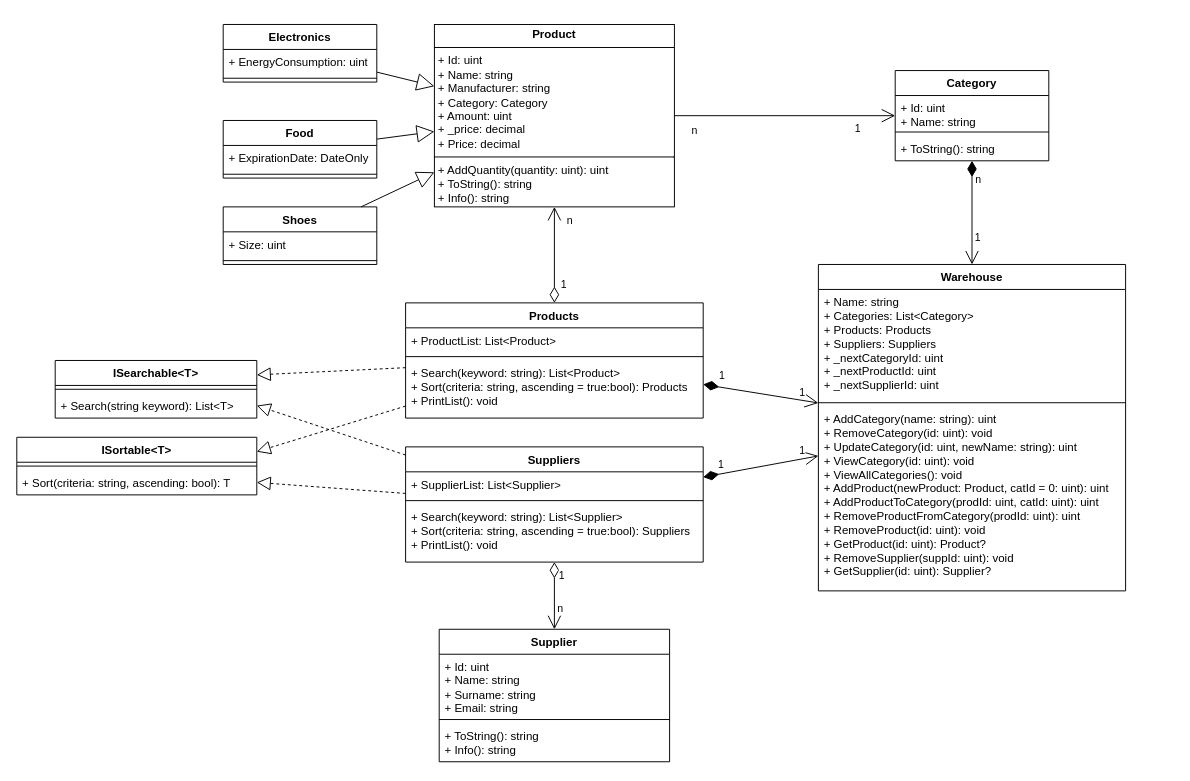
NIKON-942/lab8 keeps this draw.io diagram as lab8.drawio. Above is the earlier version. Source tidied: cells renumbered, new cells numbered last; positions are measured from the earlier drawing's top-left corner, leaving out a move shared by most shapes. Both pictures are drawn from the tidied source at 96%, with x=0, y=0 at pixel (16, 24).
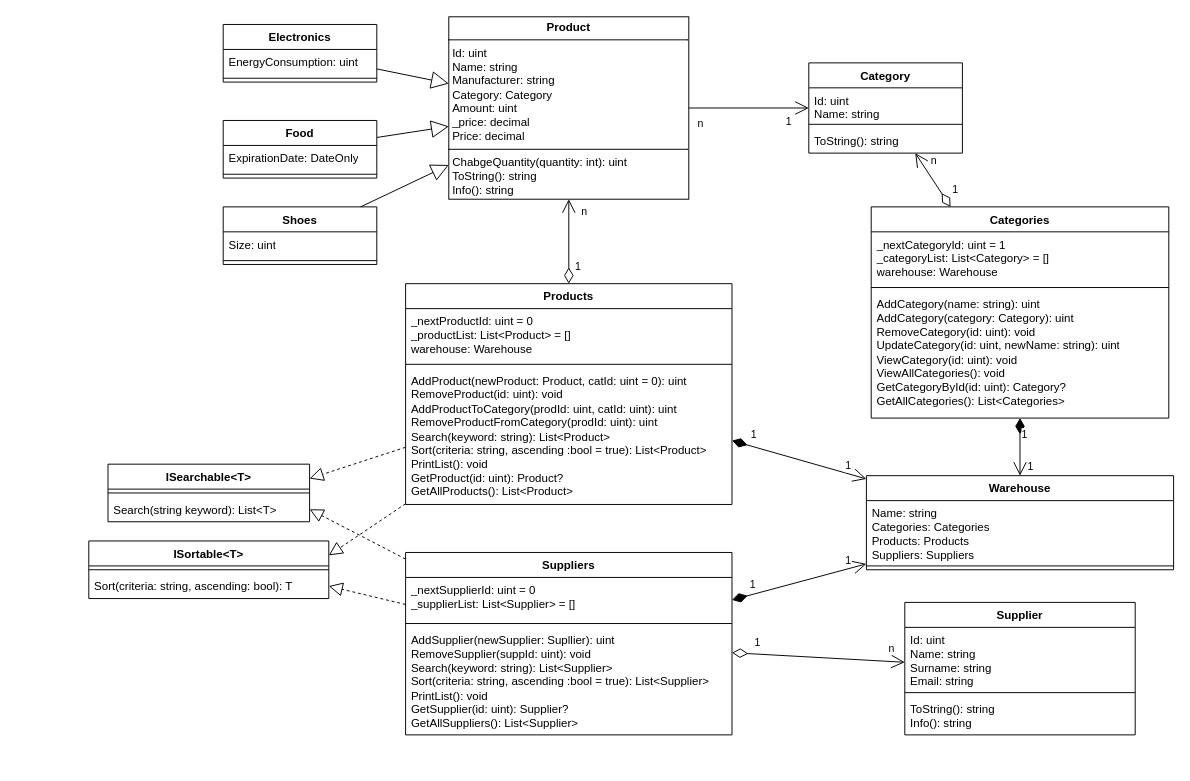
After the change.

Unchanged cells that the change refers to:
```xml
<mxCell id="3" value="Electronics" style="swimlane;fontStyle=1;align=center;verticalAlign=top;horizontal=1;startSize=26;whiteSpace=wrap;html=1;" parent="1" vertex="1">
  <mxGeometry x="215" width="160" height="60" as="geometry" />
</mxCell>
<mxCell id="6" value="Food" style="swimlane;fontStyle=1;align=center;verticalAlign=top;horizontal=1;startSize=26;whiteSpace=wrap;html=1;" parent="1" vertex="1">
  <mxGeometry x="215" y="100" width="160" height="60" as="geometry" />
</mxCell>
<mxCell id="9" value="Shoes" style="swimlane;fontStyle=1;align=center;verticalAlign=top;horizontal=1;startSize=26;whiteSpace=wrap;html=1;" parent="1" vertex="1">
  <mxGeometry x="215" y="190" width="160" height="60" as="geometry" />
</mxCell>
```

Diff of the diagram source:
```diff
@@
-    <mxCell id="2" value="&lt;p style=&quot;margin:0px;margin-top:4px;text-align:center;&quot;&gt;&lt;b&gt;Product&lt;/b&gt;&lt;/p&gt;&lt;hr size=&quot;1&quot; style=&quot;border-style:solid;&quot;&gt;&lt;p style=&quot;margin:0px;margin-left:4px;&quot;&gt;+ Id: uint&lt;/p&gt;&lt;p style=&quot;margin:0px;margin-left:4px;&quot;&gt;+ Name: string&lt;/p&gt;&lt;p style=&quot;margin:0px;margin-left:4px;&quot;&gt;+ Manufacturer: string&lt;/p&gt;&lt;p style=&quot;margin:0px;margin-left:4px;&quot;&gt;+ Category: Category&lt;br&gt;+ Amount: uint&lt;/p&gt;&lt;p style=&quot;margin:0px;margin-left:4px;&quot;&gt;+ _price: decimal&lt;/p&gt;&lt;p style=&quot;margin:0px;margin-left:4px;&quot;&gt;+ Price: decimal&lt;/p&gt;&lt;hr size=&quot;1&quot; style=&quot;border-style:solid;&quot;&gt;&lt;p style=&quot;margin:0px;margin-left:4px;&quot;&gt;+ AddQuantity(quantity: uint): uint&lt;/p&gt;&lt;p style=&quot;margin:0px;margin-left:4px;&quot;&gt;+ ToString(): string&lt;/p&gt;&lt;p style=&quot;margin:0px;margin-left:4px;&quot;&gt;+ Info(): string&lt;/p&gt;" style="verticalAlign=top;align=left;overflow=fill;html=1;whiteSpace=wrap;" parent="1" vertex="1">
-      <mxGeometry x="435" width="250" height="190" as="geometry" />
+    <mxCell id="2" value="&lt;p style=&quot;margin:0px;margin-top:4px;text-align:center;&quot;&gt;&lt;b&gt;Product&lt;/b&gt;&lt;/p&gt;&lt;hr size=&quot;1&quot; style=&quot;border-style:solid;&quot;&gt;&lt;p style=&quot;margin:0px;margin-left:4px;&quot;&gt;Id: uint&lt;/p&gt;&lt;p style=&quot;margin:0px;margin-left:4px;&quot;&gt;Name: string&lt;/p&gt;&lt;p style=&quot;margin:0px;margin-left:4px;&quot;&gt;Manufacturer: string&lt;/p&gt;&lt;p style=&quot;margin:0px;margin-left:4px;&quot;&gt;Category: Category&lt;br&gt;Amount: uint&lt;/p&gt;&lt;p style=&quot;margin:0px;margin-left:4px;&quot;&gt;_price: decimal&lt;/p&gt;&lt;p style=&quot;margin:0px;margin-left:4px;&quot;&gt;Price: decimal&lt;/p&gt;&lt;hr size=&quot;1&quot; style=&quot;border-style:solid;&quot;&gt;&lt;p style=&quot;margin:0px;margin-left:4px;&quot;&gt;ChabgeQuantity(quantity: int): uint&lt;/p&gt;&lt;p style=&quot;margin:0px;margin-left:4px;&quot;&gt;ToString(): string&lt;/p&gt;&lt;p style=&quot;margin:0px;margin-left:4px;&quot;&gt;Info(): string&lt;/p&gt;" style="verticalAlign=top;align=left;overflow=fill;html=1;whiteSpace=wrap;" parent="1" vertex="1">
+      <mxGeometry x="450" y="-8" width="250" height="190" as="geometry" />
     </mxCell>
@@
-    <mxCell id="4" value="+ EnergyConsumption: uint" style="text;strokeColor=none;fillColor=none;align=left;verticalAlign=top;spacingLeft=4;spacingRight=4;overflow=hidden;whiteSpace=wrap;html=1;" parent="3" vertex="1">
+    <mxCell id="4" value="EnergyConsumption: uint" style="text;strokeColor=none;fillColor=none;align=left;verticalAlign=top;spacingLeft=4;spacingRight=4;overflow=hidden;whiteSpace=wrap;html=1;" parent="3" vertex="1">
       <mxGeometry y="26" width="160" height="26" as="geometry" />
     </mxCell>
@@
-    <mxCell id="7" value="+ ExpirationDate: DateOnly" style="text;strokeColor=none;fillColor=none;align=left;verticalAlign=top;spacingLeft=4;spacingRight=4;overflow=hidden;whiteSpace=wrap;html=1;" parent="6" vertex="1">
+    <mxCell id="7" value="ExpirationDate: DateOnly" style="text;strokeColor=none;fillColor=none;align=left;verticalAlign=top;spacingLeft=4;spacingRight=4;overflow=hidden;whiteSpace=wrap;html=1;" parent="6" vertex="1">
       <mxGeometry y="26" width="160" height="26" as="geometry" />
     </mxCell>
@@
-    <mxCell id="10" value="+ Size: uint" style="text;strokeColor=none;fillColor=none;align=left;verticalAlign=top;spacingLeft=4;spacingRight=4;overflow=hidden;whiteSpace=wrap;html=1;" parent="9" vertex="1">
+    <mxCell id="10" value="Size: uint" style="text;strokeColor=none;fillColor=none;align=left;verticalAlign=top;spacingLeft=4;spacingRight=4;overflow=hidden;whiteSpace=wrap;html=1;" parent="9" vertex="1">
       <mxGeometry y="26" width="160" height="26" as="geometry" />
     </mxCell>
@@
     <mxCell id="15" value="Products" style="swimlane;fontStyle=1;align=center;verticalAlign=top;horizontal=1;startSize=26;whiteSpace=wrap;html=1;" parent="1" vertex="1">
-      <mxGeometry x="405" y="290" width="310" height="120" as="geometry" />
+      <mxGeometry x="405" y="270" width="340" height="230" as="geometry" />
     </mxCell>
-    <mxCell id="16" value="+ ProductList: List&amp;lt;Product&amp;gt;" style="text;strokeColor=none;fillColor=none;align=left;verticalAlign=top;spacingLeft=4;spacingRight=4;overflow=hidden;whiteSpace=wrap;html=1;" parent="15" vertex="1">
-      <mxGeometry y="26" width="310" height="26" as="geometry" />
+    <mxCell id="16" value="&lt;div&gt;_nextProductId: uint = 0&lt;/div&gt;_productList: List&amp;lt;Product&amp;gt; = []&lt;div&gt;warehouse: Warehouse&lt;/div&gt;" style="text;strokeColor=none;fillColor=none;align=left;verticalAlign=top;spacingLeft=4;spacingRight=4;overflow=hidden;whiteSpace=wrap;html=1;" parent="15" vertex="1">
+      <mxGeometry y="26" width="340" height="54" as="geometry" />
     </mxCell>
     <mxCell id="17" style="line;strokeWidth=1;fillColor=none;align=left;verticalAlign=middle;spacingTop=-1;spacingLeft=3;spacingRight=3;labelPosition=right;strokeColor=inherit;" parent="15" vertex="1">
-      <mxGeometry y="52" width="310" height="8" as="geometry" />
+      <mxGeometry y="80" width="340" height="8" as="geometry" />
     </mxCell>
-    <mxCell id="18" value="+ Search(keyword: string): List&amp;lt;Product&amp;gt;&lt;div&gt;+ Sort(criteria: string, ascending = true:bool): Products&lt;/div&gt;&lt;div&gt;+ PrintList(): void&lt;/div&gt;" style="text;strokeColor=none;fillColor=none;align=left;verticalAlign=top;spacingLeft=4;spacingRight=4;overflow=hidden;whiteSpace=wrap;html=1;" parent="15" vertex="1">
-      <mxGeometry y="60" width="310" height="60" as="geometry" />
+    <mxCell id="18" value="&lt;div&gt;AddProduct(newProduct: Product, catId: uint = 0): uint&lt;/div&gt;&lt;div&gt;RemoveProduct(id: uint): void&lt;/div&gt;&lt;div&gt;AddProductToCategory(prodId: uint, catId: uint): uint&lt;/div&gt;&lt;div&gt;RemoveProductFromCategory(prodId: uint): uint&lt;/div&gt;Search(keyword: string): List&amp;lt;Product&amp;gt;&lt;div&gt;Sort(criteria: string, ascending :bool = true):&amp;nbsp;&lt;span style=&quot;background-color: transparent; color: light-dark(rgb(0, 0, 0), rgb(255, 255, 255));&quot;&gt;List&amp;lt;Product&amp;gt;&lt;/span&gt;&lt;/div&gt;&lt;div&gt;PrintList(): void&lt;/div&gt;&lt;div&gt;GetProduct(id: uint): Product?&lt;/div&gt;&lt;div&gt;GetAllProducts(): List&amp;lt;Product&amp;gt;&lt;/div&gt;" style="text;strokeColor=none;fillColor=none;align=left;verticalAlign=top;spacingLeft=4;spacingRight=4;overflow=hidden;whiteSpace=wrap;html=1;" parent="15" vertex="1">
+      <mxGeometry y="88" width="340" height="142" as="geometry" />
     </mxCell>
     <mxCell id="19" value="Supplier" style="swimlane;fontStyle=1;align=center;verticalAlign=top;horizontal=1;startSize=26;whiteSpace=wrap;html=1;" parent="1" vertex="1">
-      <mxGeometry x="440" y="630" width="240" height="138" as="geometry" />
+      <mxGeometry x="925" y="602" width="240" height="138" as="geometry" />
     </mxCell>
-    <mxCell id="20" value="+ Id: uint&lt;div&gt;+ Name: string&lt;/div&gt;&lt;div&gt;+ Surname: string&lt;/div&gt;&lt;div&gt;+ Email: string&lt;/div&gt;" style="text;strokeColor=none;fillColor=none;align=left;verticalAlign=top;spacingLeft=4;spacingRight=4;overflow=hidden;whiteSpace=wrap;html=1;" parent="19" vertex="1">
+    <mxCell id="20" value="Id: uint&lt;div&gt;Name: string&lt;/div&gt;&lt;div&gt;Surname: string&lt;/div&gt;&lt;div&gt;Email: string&lt;/div&gt;" style="text;strokeColor=none;fillColor=none;align=left;verticalAlign=top;spacingLeft=4;spacingRight=4;overflow=hidden;whiteSpace=wrap;html=1;" parent="19" vertex="1">
       <mxGeometry y="26" width="240" height="64" as="geometry" />
     </mxCell>
@@
-    <mxCell id="22" value="&lt;div&gt;+ ToString(): string&lt;/div&gt;+ Info(): string" style="text;strokeColor=none;fillColor=none;align=left;verticalAlign=top;spacingLeft=4;spacingRight=4;overflow=hidden;whiteSpace=wrap;html=1;" parent="19" vertex="1">
+    <mxCell id="22" value="&lt;div&gt;ToString(): string&lt;/div&gt;Info(): string" style="text;strokeColor=none;fillColor=none;align=left;verticalAlign=top;spacingLeft=4;spacingRight=4;overflow=hidden;whiteSpace=wrap;html=1;" parent="19" vertex="1">
       <mxGeometry y="98" width="240" height="40" as="geometry" />
     </mxCell>
     <mxCell id="23" value="ISortable&amp;lt;T&amp;gt;" style="swimlane;fontStyle=1;align=center;verticalAlign=top;horizontal=1;startSize=26;whiteSpace=wrap;html=1;" parent="1" vertex="1">
-      <mxGeometry y="430" width="250" height="60" as="geometry" />
+      <mxGeometry x="75" y="538" width="250" height="60" as="geometry" />
     </mxCell>
@@
-    <mxCell id="25" value="+ Sort(criteria: string, ascending: bool): T" style="text;strokeColor=none;fillColor=none;align=left;verticalAlign=top;spacingLeft=4;spacingRight=4;overflow=hidden;points=[[0,0.5],[1,0.5]];portConstraint=eastwest;whiteSpace=wrap;html=1;" parent="23" vertex="1">
+    <mxCell id="25" value="Sort(criteria: string, ascending: bool): T" style="text;strokeColor=none;fillColor=none;align=left;verticalAlign=top;spacingLeft=4;spacingRight=4;overflow=hidden;points=[[0,0.5],[1,0.5]];portConstraint=eastwest;whiteSpace=wrap;html=1;" parent="23" vertex="1">
       <mxGeometry y="34" width="250" height="26" as="geometry" />
     </mxCell>
     <mxCell id="26" value="ISearchable&amp;lt;T&amp;gt;" style="swimlane;fontStyle=1;align=center;verticalAlign=top;horizontal=1;startSize=26;whiteSpace=wrap;html=1;" parent="1" vertex="1">
-      <mxGeometry x="40" y="350" width="210" height="60" as="geometry" />
+      <mxGeometry x="95" y="458" width="210" height="60" as="geometry" />
     </mxCell>
@@
-    <mxCell id="28" value="+ Search(string keyword): List&amp;lt;T&amp;gt;" style="text;strokeColor=none;fillColor=none;align=left;verticalAlign=top;spacingLeft=4;spacingRight=4;overflow=hidden;points=[[0,0.5],[1,0.5]];portConstraint=eastwest;whiteSpace=wrap;html=1;" parent="26" vertex="1">
+    <mxCell id="28" value="Search(string keyword): List&amp;lt;T&amp;gt;" style="text;strokeColor=none;fillColor=none;align=left;verticalAlign=top;spacingLeft=4;spacingRight=4;overflow=hidden;points=[[0,0.5],[1,0.5]];portConstraint=eastwest;whiteSpace=wrap;html=1;" parent="26" vertex="1">
       <mxGeometry y="34" width="210" height="26" as="geometry" />
     </mxCell>
     <mxCell id="29" value="Category" style="swimlane;fontStyle=1;align=center;verticalAlign=top;horizontal=1;startSize=26;whiteSpace=wrap;html=1;" parent="1" vertex="1">
-      <mxGeometry x="915" y="48" width="160" height="94" as="geometry" />
+      <mxGeometry x="825" y="40" width="160" height="94" as="geometry" />
     </mxCell>
-    <mxCell id="30" value="+ Id: uint&lt;div&gt;+ Name: string&lt;/div&gt;" style="text;strokeColor=none;fillColor=none;align=left;verticalAlign=top;spacingLeft=4;spacingRight=4;overflow=hidden;whiteSpace=wrap;html=1;" parent="29" vertex="1">
+    <mxCell id="30" value="Id: uint&lt;div&gt;Name: string&lt;/div&gt;" style="text;strokeColor=none;fillColor=none;align=left;verticalAlign=top;spacingLeft=4;spacingRight=4;overflow=hidden;whiteSpace=wrap;html=1;" parent="29" vertex="1">
       <mxGeometry y="26" width="160" height="34" as="geometry" />
     </mxCell>
@@
-    <mxCell id="32" value="+ ToString(): string" style="text;strokeColor=none;fillColor=none;align=left;verticalAlign=top;spacingLeft=4;spacingRight=4;overflow=hidden;whiteSpace=wrap;html=1;" parent="29" vertex="1">
+    <mxCell id="32" value="ToString(): string" style="text;strokeColor=none;fillColor=none;align=left;verticalAlign=top;spacingLeft=4;spacingRight=4;overflow=hidden;whiteSpace=wrap;html=1;" parent="29" vertex="1">
       <mxGeometry y="68" width="160" height="26" as="geometry" />
     </mxCell>
     <mxCell id="33" value="Warehouse" style="swimlane;fontStyle=1;align=center;verticalAlign=top;horizontal=1;startSize=26;whiteSpace=wrap;html=1;" parent="1" vertex="1">
-      <mxGeometry x="835" y="250" width="320" height="340" as="geometry" />
+      <mxGeometry x="885" y="470" width="320" height="98" as="geometry" />
     </mxCell>
-    <mxCell id="34" value="&lt;div&gt;+ Name: string&lt;/div&gt;&lt;div&gt;+ Categories: List&amp;lt;Category&amp;gt;&lt;/div&gt;&lt;div&gt;+ Products: Products&lt;/div&gt;&lt;div&gt;+ Suppliers: Suppliers&lt;/div&gt;+ _nextCategoryId: uint&lt;div&gt;+ _nextProductId: uint&lt;/div&gt;&lt;div&gt;+ _nextSupplierId: uint&lt;/div&gt;" style="text;strokeColor=none;fillColor=none;align=left;verticalAlign=top;spacingLeft=4;spacingRight=4;overflow=hidden;whiteSpace=wrap;html=1;" parent="33" vertex="1">
-      <mxGeometry y="26" width="320" height="114" as="geometry" />
+    <mxCell id="34" value="Name: string&lt;div&gt;Categories: Categories&lt;/div&gt;&lt;div&gt;Products: Products&lt;/div&gt;&lt;div&gt;Suppliers: Suppliers&lt;/div&gt;" style="text;strokeColor=none;fillColor=none;align=left;verticalAlign=top;spacingLeft=4;spacingRight=4;overflow=hidden;whiteSpace=wrap;html=1;" parent="33" vertex="1">
+      <mxGeometry y="26" width="320" height="64" as="geometry" />
     </mxCell>
     <mxCell id="35" style="line;strokeWidth=1;fillColor=none;align=left;verticalAlign=middle;spacingTop=-1;spacingLeft=3;spacingRight=3;labelPosition=right;strokeColor=inherit;" parent="33" vertex="1">
-      <mxGeometry y="140" width="320" height="8" as="geometry" />
+      <mxGeometry y="90" width="320" height="8" as="geometry" />
     </mxCell>
-    <mxCell id="36" value="+ AddCategory(name: string): uint&lt;div&gt;+ RemoveCategory(id: uint): void&lt;/div&gt;&lt;div&gt;+ UpdateCategory(id: uint, newName: string): uint&lt;/div&gt;&lt;div&gt;+ ViewCategory(id: uint): void&lt;/div&gt;&lt;div&gt;+ ViewAllCategories(): void&lt;/div&gt;&lt;div&gt;+ AddProduct(newProduct: Product, catId = 0: uint): uint&lt;/div&gt;&lt;div&gt;+ AddProductToCategory(prodId: uint, catId: uint): uint&lt;/div&gt;&lt;div&gt;+ RemoveProductFromCategory(prodId: uint): uint&lt;/div&gt;&lt;div&gt;+ RemoveProduct(id: uint): void&lt;/div&gt;&lt;div&gt;+ GetProduct(id: uint): Product?&lt;/div&gt;&lt;div&gt;+ RemoveSupplier(suppId: uint): void&lt;/div&gt;&lt;div&gt;+ GetSupplier(id: uint): Supplier?&lt;/div&gt;" style="text;strokeColor=none;fillColor=none;align=left;verticalAlign=top;spacingLeft=4;spacingRight=4;overflow=hidden;whiteSpace=wrap;html=1;" parent="33" vertex="1">
-      <mxGeometry y="148" width="320" height="192" as="geometry" />
-    </mxCell>
     <mxCell id="37" value="Suppliers" style="swimlane;fontStyle=1;align=center;verticalAlign=top;horizontal=1;startSize=26;whiteSpace=wrap;html=1;" parent="1" vertex="1">
-      <mxGeometry x="405" y="440" width="310" height="120" as="geometry" />
+      <mxGeometry x="405" y="550" width="340" height="190" as="geometry" />
     </mxCell>
-    <mxCell id="38" value="+ SupplierList: List&amp;lt;Supplier&amp;gt;" style="text;strokeColor=none;fillColor=none;align=left;verticalAlign=top;spacingLeft=4;spacingRight=4;overflow=hidden;whiteSpace=wrap;html=1;" parent="37" vertex="1">
-      <mxGeometry y="26" width="310" height="26" as="geometry" />
+    <mxCell id="38" value="&lt;div&gt;_nextSupplierId: uint = 0&lt;/div&gt;_supplierList: List&amp;lt;Supplier&amp;gt; = []" style="text;strokeColor=none;fillColor=none;align=left;verticalAlign=top;spacingLeft=4;spacingRight=4;overflow=hidden;whiteSpace=wrap;html=1;" parent="37" vertex="1">
+      <mxGeometry y="26" width="340" height="44" as="geometry" />
     </mxCell>
     <mxCell id="39" style="line;strokeWidth=1;fillColor=none;align=left;verticalAlign=middle;spacingTop=-1;spacingLeft=3;spacingRight=3;labelPosition=right;strokeColor=inherit;" parent="37" vertex="1">
-      <mxGeometry y="52" width="310" height="8" as="geometry" />
+      <mxGeometry y="70" width="340" height="8" as="geometry" />
     </mxCell>
-    <mxCell id="40" value="+ Search(keyword: string): List&amp;lt;Supplier&amp;gt;&lt;div&gt;+ Sort(criteria: string, ascending = true:bool): Suppliers&lt;/div&gt;&lt;div&gt;+ PrintList(): void&lt;/div&gt;" style="text;strokeColor=none;fillColor=none;align=left;verticalAlign=top;spacingLeft=4;spacingRight=4;overflow=hidden;whiteSpace=wrap;html=1;" parent="37" vertex="1">
-      <mxGeometry y="60" width="310" height="60" as="geometry" />
+    <mxCell id="40" value="&lt;div&gt;AddSupplier(newSupplier: Supllier): uint&lt;/div&gt;&lt;div&gt;RemoveSupplier(suppId: uint): void&lt;/div&gt;Search(keyword: string): List&amp;lt;Supplier&amp;gt;&lt;div&gt;Sort(criteria: string, ascending :bool = true):&amp;nbsp;&lt;span style=&quot;background-color: transparent; color: light-dark(rgb(0, 0, 0), rgb(255, 255, 255));&quot;&gt;List&amp;lt;Supplier&amp;gt;&lt;/span&gt;&lt;/div&gt;&lt;div&gt;PrintList(): void&lt;/div&gt;&lt;div&gt;GetSupplier(id: uint): Supplier?&lt;/div&gt;&lt;div&gt;GetAllSuppliers(): List&amp;lt;Supplier&amp;gt;&lt;/div&gt;" style="text;strokeColor=none;fillColor=none;align=left;verticalAlign=top;spacingLeft=4;spacingRight=4;overflow=hidden;whiteSpace=wrap;html=1;" parent="37" vertex="1">
+      <mxGeometry y="78" width="340" height="112" as="geometry" />
     </mxCell>
@@
     <mxCell id="51" value="1" style="endArrow=open;html=1;endSize=12;startArrow=diamondThin;startSize=14;startFill=0;align=left;verticalAlign=bottom;rounded=0;" parent="1" edge="1" source="37" target="19">
-      <mxGeometry x="-0.33" y="3" relative="1" as="geometry" />
+      <mxGeometry x="-0.76" y="3" relative="1" as="geometry" />
     </mxCell>
@@
+    <mxCell id="58" value="Categories" style="swimlane;fontStyle=1;align=center;verticalAlign=top;horizontal=1;startSize=26;whiteSpace=wrap;html=1;" parent="1" vertex="1">
+      <mxGeometry x="890" y="190" width="310" height="220" as="geometry" />
+    </mxCell>
+    <mxCell id="59" value="_nextCategoryId: uint = 1&lt;div&gt;_categoryList: List&amp;lt;Category&amp;gt; = []&lt;/div&gt;&lt;div&gt;warehouse: Warehouse&lt;/div&gt;" style="text;strokeColor=none;fillColor=none;align=left;verticalAlign=top;spacingLeft=4;spacingRight=4;overflow=hidden;whiteSpace=wrap;html=1;" parent="58" vertex="1">
+      <mxGeometry y="26" width="310" height="54" as="geometry" />
+    </mxCell>
+    <mxCell id="60" style="line;strokeWidth=1;fillColor=none;align=left;verticalAlign=middle;spacingTop=-1;spacingLeft=3;spacingRight=3;labelPosition=right;strokeColor=inherit;" parent="58" vertex="1">
+      <mxGeometry y="80" width="310" height="8" as="geometry" />
+    </mxCell>
+    <mxCell id="61" value="&lt;div&gt;AddCategory(name: string): uint&lt;/div&gt;&lt;div&gt;AddCategory(category: Category): uint&lt;/div&gt;&lt;div&gt;RemoveCategory(id: uint): void&lt;/div&gt;&lt;div&gt;UpdateCategory(id: uint, newName: string): uint&lt;/div&gt;&lt;div&gt;ViewCategory(id: uint): void&lt;/div&gt;&lt;div&gt;ViewAllCategories(): void&lt;/div&gt;&lt;div&gt;GetCategoryById(id: uint): Category?&lt;/div&gt;&lt;div&gt;GetAllCategories(): List&amp;lt;Categories&amp;gt;&lt;/div&gt;" style="text;strokeColor=none;fillColor=none;align=left;verticalAlign=top;spacingLeft=4;spacingRight=4;overflow=hidden;whiteSpace=wrap;html=1;" parent="58" vertex="1">
+      <mxGeometry y="88" width="310" height="132" as="geometry" />
+    </mxCell>
+    <mxCell id="62" value="1" style="endArrow=open;html=1;endSize=12;startArrow=diamondThin;startSize=14;startFill=0;align=left;verticalAlign=bottom;rounded=0;" parent="1" edge="1" source="58" target="29">
+      <mxGeometry x="-0.8" y="-5" relative="1" as="geometry" />
+    </mxCell>
-    <mxCell id="56" value="n" style="endArrow=open;html=1;endSize=12;startArrow=diamondThin;startSize=14;startFill=1;align=left;verticalAlign=bottom;rounded=0;" parent="1" edge="1" source="29" target="33">
-      <mxGeometry x="-0.47" y="1" relative="1" as="geometry">
-        <mxPoint x="1" as="offset" />
+    <mxCell id="56" value="n" style="edgeLabel;html=1;align=center;verticalAlign=middle;" parent="62" vertex="1">
+      <mxGeometry x="0.78" y="-1" relative="1" as="geometry">
+        <mxPoint x="14" y="2" as="offset" />
       </mxGeometry>
     </mxCell>
+    <mxCell id="63" value="1" style="endArrow=open;html=1;endSize=12;startArrow=diamondThin;startSize=14;startFill=1;align=left;verticalAlign=bottom;rounded=0;" parent="1" edge="1" source="58" target="33">
+      <mxGeometry x="-0.14" relative="1" as="geometry" />
+    </mxCell>
-    <mxCell id="57" value="1" style="edgeLabel;html=1;align=center;verticalAlign=middle;" parent="56" vertex="1">
+    <mxCell id="57" value="1" style="edgeLabel;html=1;align=center;verticalAlign=middle;" parent="63" vertex="1">
       <mxGeometry x="0.75" y="2" relative="1" as="geometry">
-        <mxPoint x="3" y="-16" as="offset" />
+        <mxPoint x="8" y="-3" as="offset" />
       </mxGeometry>
     </mxCell>
```
